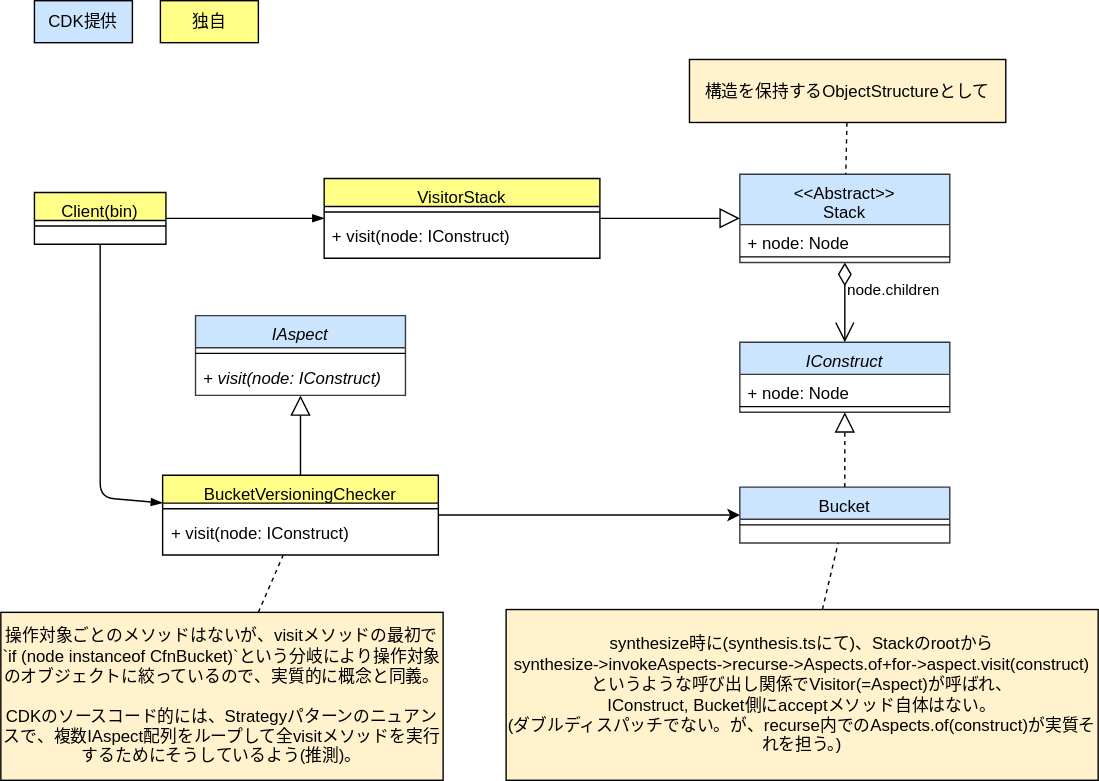
Before: drawio/visitor/visitor-cdk-simplified.drawio.svg, a diagram exported from draw.io (go-to-k/cdk-gof-design-pattern). Source tidied: cells renumbered, new cells last; positions are measured from the earlier drawing's top-left corner, leaving out a move shared by most shapes.
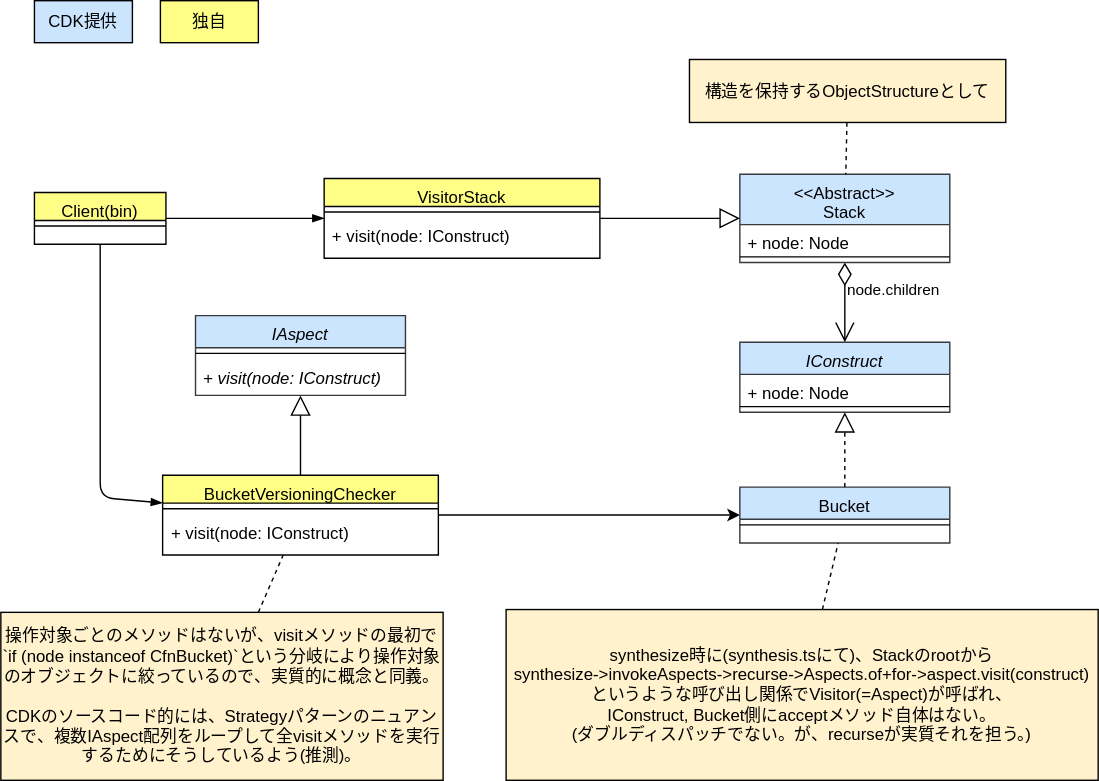
After the commit.

Commit message:
update visitor diagrams comments

The edit, as a diff of the source:
```diff
@@ -59,7 +59,7 @@
     <mxCell id="20" style="edgeStyle=none;html=1;dashed=1;strokeColor=#000000;endArrow=none;endFill=0;" parent="1" edge="1" source="21" target="12">
       <mxGeometry relative="1" as="geometry" />
     </mxCell>
-    <mxCell id="21" value="synthesize時に(synthesis.tsにて)、Stackのrootから&lt;br&gt;synthesize-&amp;gt;invokeAspects-&amp;gt;recurse-&amp;gt;Aspects.of+for-&amp;gt;aspect.visit(construct)&lt;br&gt;というような呼び出し関係でVisitor(=Aspect)が呼ばれ、&lt;br&gt;IConstruct, Bucket側にacceptメソッド自体はない。&lt;br&gt;(ダブルディスパッチでない。が、recurse内でのAspects.of(construct)が実質それを担う。)" style="text;html=1;strokeColor=#000000;fillColor=#fff2cc;align=center;verticalAlign=middle;whiteSpace=wrap;rounded=0;fontColor=#000000;" parent="1" vertex="1">
+    <mxCell id="21" value="synthesize時に(synthesis.tsにて)、Stackのrootから&lt;br&gt;synthesize-&amp;gt;invokeAspects-&amp;gt;recurse-&amp;gt;Aspects.of+for-&amp;gt;aspect.visit(construct)&lt;br&gt;というような呼び出し関係でVisitor(=Aspect)が呼ばれ、&lt;br&gt;IConstruct, Bucket側にacceptメソッド自体はない。&lt;br&gt;(ダブルディスパッチでない。が、recurseが実質それを担う。)" style="text;html=1;strokeColor=#000000;fillColor=#fff2cc;align=center;verticalAlign=middle;whiteSpace=wrap;rounded=0;fontColor=#000000;" parent="1" vertex="1">
       <mxGeometry x="361" y="435" width="423" height="122" as="geometry" />
     </mxCell>
     <mxCell id="22" value="node.children" style="endArrow=open;html=1;endSize=12;startArrow=diamondThin;startSize=14;startFill=0;edgeStyle=orthogonalEdgeStyle;align=left;verticalAlign=bottom;rounded=0;fontColor=#000000;strokeColor=#000000;labelBackgroundColor=none;" parent="1" edge="1" source="23" target="14">
```
